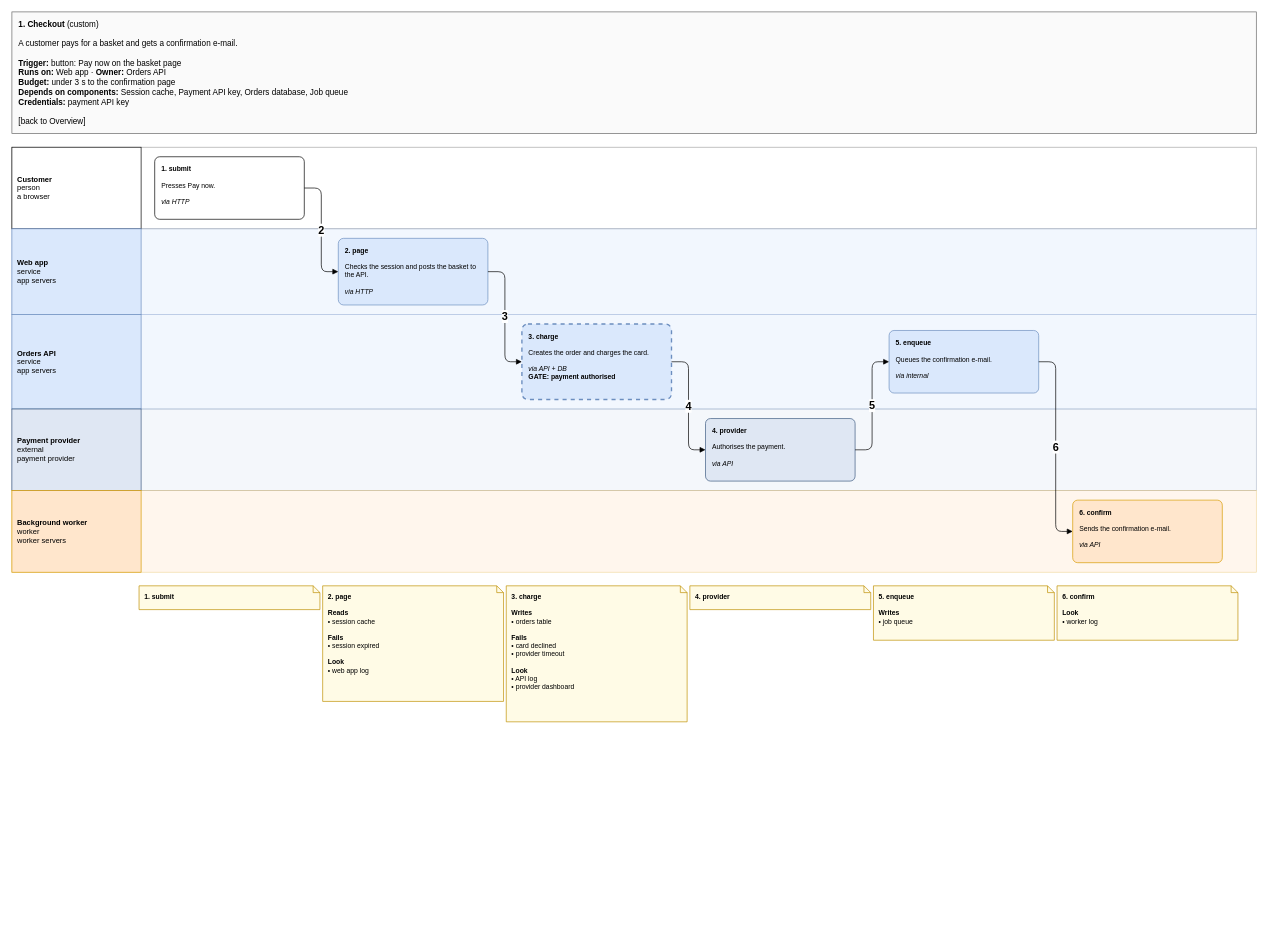
This is page "1. Checkout" (3 of 7) of specialists/platform/skill-drawio/examples/shop/drawio/flows.drawio from amalikn/skills_stuff, a draw.io file, before an edit. Source tidied: cells renumbered, new cells numbered last; positions are measured from the earlier drawing's top-left corner, leaving out a move shared by most shapes. Both pictures are drawn from the tidied source at 68%, with x=0, y=0 at pixel (12, 12).
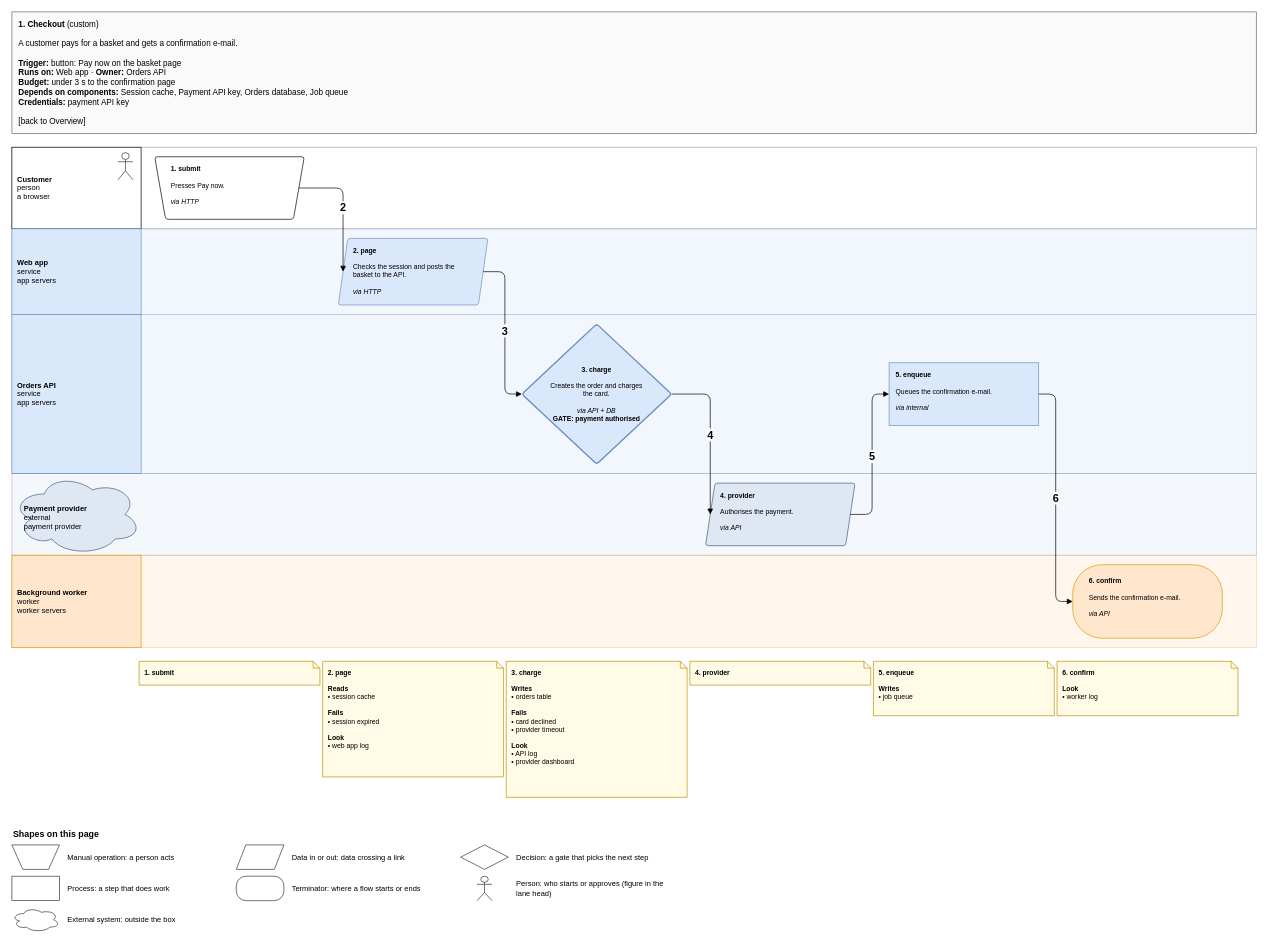
The same page after the edit.

Diff of the diagram source:
```diff
@@
-    <mxCell id="4" value="&lt;b&gt;Customer&lt;/b&gt;&lt;br&gt;person&lt;br&gt;a browser" style="rounded=1;whiteSpace=wrap;html=1;fillColor=#ffffff;strokeColor=#000000;fontSize=11;arcSize=8;rounded=0;align=left;spacingLeft=6;" parent="1" vertex="1">
+    <mxCell id="4" value="&lt;b&gt;Customer&lt;/b&gt;&lt;br&gt;person&lt;br&gt;a browser" style="rounded=1;whiteSpace=wrap;html=1;fillColor=#ffffff;strokeColor=#000000;fontSize=11;arcSize=8;rounded=0;align=left;spacingLeft=6;rounded=0;spacingRight=40;" parent="1" vertex="1">
       <mxGeometry y="199" width="190" height="120" as="geometry" />
     </mxCell>
+    <mxCell id="30" style="shape=umlActor;verticalLabelPosition=bottom;verticalAlign=top;fillColor=#ffffff;strokeColor=#333333;" parent="1" vertex="1">
+      <mxGeometry x="156" y="207" width="22" height="40" as="geometry" />
+    </mxCell>
@@
-    <mxCell id="6" value="&lt;b&gt;Web app&lt;/b&gt;&lt;br&gt;service&lt;br&gt;app servers" style="rounded=1;whiteSpace=wrap;html=1;fillColor=#dae8fc;strokeColor=#6c8ebf;fontSize=11;arcSize=8;rounded=0;align=left;spacingLeft=6;" parent="1" vertex="1">
+    <mxCell id="6" value="&lt;b&gt;Web app&lt;/b&gt;&lt;br&gt;service&lt;br&gt;app servers" style="rounded=1;whiteSpace=wrap;html=1;fillColor=#dae8fc;strokeColor=#6c8ebf;fontSize=11;arcSize=8;rounded=0;align=left;spacingLeft=6;rounded=0;" parent="1" vertex="1">
       <mxGeometry y="319" width="190" height="126" as="geometry" />
     </mxCell>
     <mxCell id="7" style="rounded=0;html=1;fillColor=#dae8fc;strokeColor=#6c8ebf;opacity=35;" parent="1" vertex="1">
-      <mxGeometry y="445" width="1830" height="139" as="geometry" />
+      <mxGeometry y="445" width="1830" height="234" as="geometry" />
     </mxCell>
-    <mxCell id="8" value="&lt;b&gt;Orders API&lt;/b&gt;&lt;br&gt;service&lt;br&gt;app servers" style="rounded=1;whiteSpace=wrap;html=1;fillColor=#dae8fc;strokeColor=#6c8ebf;fontSize=11;arcSize=8;rounded=0;align=left;spacingLeft=6;" parent="1" vertex="1">
-      <mxGeometry y="445" width="190" height="139" as="geometry" />
+    <mxCell id="8" value="&lt;b&gt;Orders API&lt;/b&gt;&lt;br&gt;service&lt;br&gt;app servers" style="rounded=1;whiteSpace=wrap;html=1;fillColor=#dae8fc;strokeColor=#6c8ebf;fontSize=11;arcSize=8;rounded=0;align=left;spacingLeft=6;rounded=0;" parent="1" vertex="1">
+      <mxGeometry y="445" width="190" height="234" as="geometry" />
     </mxCell>
     <mxCell id="9" style="rounded=0;html=1;fillColor=#dfe7f3;strokeColor=#3d5a80;opacity=35;" parent="1" vertex="1">
-      <mxGeometry y="584" width="1830" height="120" as="geometry" />
+      <mxGeometry y="679" width="1830" height="120" as="geometry" />
     </mxCell>
-    <mxCell id="10" value="&lt;b&gt;Payment provider&lt;/b&gt;&lt;br&gt;external&lt;br&gt;payment provider" style="rounded=1;whiteSpace=wrap;html=1;fillColor=#dfe7f3;strokeColor=#3d5a80;fontSize=11;arcSize=8;rounded=0;align=left;spacingLeft=6;" parent="1" vertex="1">
-      <mxGeometry y="584" width="190" height="120" as="geometry" />
+    <mxCell id="10" value="&lt;b&gt;Payment provider&lt;/b&gt;&lt;br&gt;external&lt;br&gt;payment provider" style="rounded=1;whiteSpace=wrap;html=1;fillColor=#dfe7f3;strokeColor=#3d5a80;fontSize=11;arcSize=8;rounded=0;align=left;spacingLeft=6;ellipse;shape=cloud;spacingLeft=16;spacingRight=16;spacingTop=10;" parent="1" vertex="1">
+      <mxGeometry y="679" width="190" height="120" as="geometry" />
     </mxCell>
     <mxCell id="11" style="rounded=0;html=1;fillColor=#ffe6cc;strokeColor=#d79b00;opacity=35;" parent="1" vertex="1">
-      <mxGeometry y="704" width="1830" height="120" as="geometry" />
+      <mxGeometry y="799" width="1830" height="136" as="geometry" />
     </mxCell>
-    <mxCell id="12" value="&lt;b&gt;Background worker&lt;/b&gt;&lt;br&gt;worker&lt;br&gt;worker servers" style="rounded=1;whiteSpace=wrap;html=1;fillColor=#ffe6cc;strokeColor=#d79b00;fontSize=11;arcSize=8;rounded=0;align=left;spacingLeft=6;" parent="1" vertex="1">
-      <mxGeometry y="704" width="190" height="120" as="geometry" />
+    <mxCell id="12" value="&lt;b&gt;Background worker&lt;/b&gt;&lt;br&gt;worker&lt;br&gt;worker servers" style="rounded=1;whiteSpace=wrap;html=1;fillColor=#ffe6cc;strokeColor=#d79b00;fontSize=11;arcSize=8;rounded=0;align=left;spacingLeft=6;rounded=0;" parent="1" vertex="1">
+      <mxGeometry y="799" width="190" height="136" as="geometry" />
     </mxCell>
-    <mxCell id="13" value="&lt;b&gt;1. submit&lt;/b&gt;&lt;br&gt; &lt;br&gt;Presses Pay now.&lt;br&gt; &lt;br&gt;&lt;i&gt;via HTTP&lt;/i&gt;" style="rounded=1;whiteSpace=wrap;html=1;fillColor=#ffffff;strokeColor=#000000;fontSize=11;arcSize=8;fontSize=10;align=left;verticalAlign=top;spacingLeft=8;spacingRight=6;spacingTop=6;" parent="1" vertex="1">
+    <mxCell id="13" value="&lt;b&gt;1. submit&lt;/b&gt;&lt;br&gt; &lt;br&gt;Presses Pay now.&lt;br&gt; &lt;br&gt;&lt;i&gt;via HTTP&lt;/i&gt;" style="rounded=1;whiteSpace=wrap;html=1;fillColor=#ffffff;strokeColor=#000000;fontSize=11;arcSize=8;fontSize=10;align=left;verticalAlign=top;spacingLeft=8;spacingRight=6;spacingTop=6;shape=trapezoid;perimeter=trapezoidPerimeter;flipV=1;fixedSize=1;size=16;spacingLeft=22;spacingRight=22;" parent="1" vertex="1">
       <mxGeometry x="210" y="213" width="220" height="92" as="geometry" />
     </mxCell>
     <mxCell id="14" value="&lt;b&gt;1. submit&lt;/b&gt;" style="shape=note;whiteSpace=wrap;html=1;size=10;fillColor=#fffbe6;strokeColor=#bf9000;align=left;verticalAlign=top;spacingLeft=6;spacingTop=4;fontSize=10;" parent="1" vertex="1">
-      <mxGeometry x="187" y="844" width="266" height="35" as="geometry" />
+      <mxGeometry x="187" y="955" width="266" height="35" as="geometry" />
     </mxCell>
-    <mxCell id="15" value="&lt;b&gt;2. page&lt;/b&gt;&lt;br&gt; &lt;br&gt;Checks the session and posts the basket to the API.&lt;br&gt; &lt;br&gt;&lt;i&gt;via HTTP&lt;/i&gt;" style="rounded=1;whiteSpace=wrap;html=1;fillColor=#dae8fc;strokeColor=#6c8ebf;fontSize=11;arcSize=8;fontSize=10;align=left;verticalAlign=top;spacingLeft=8;spacingRight=6;spacingTop=6;" parent="1" vertex="1">
+    <mxCell id="15" value="&lt;b&gt;2. page&lt;/b&gt;&lt;br&gt; &lt;br&gt;Checks the session and posts the basket to the API.&lt;br&gt; &lt;br&gt;&lt;i&gt;via HTTP&lt;/i&gt;" style="rounded=1;whiteSpace=wrap;html=1;fillColor=#dae8fc;strokeColor=#6c8ebf;fontSize=11;arcSize=8;fontSize=10;align=left;verticalAlign=top;spacingLeft=8;spacingRight=6;spacingTop=6;shape=parallelogram;perimeter=parallelogramPerimeter;fixedSize=1;size=14;spacingLeft=20;spacingRight=20;" parent="1" vertex="1">
       <mxGeometry x="480" y="333" width="220" height="98" as="geometry" />
     </mxCell>
     <mxCell id="16" value="&lt;b&gt;2. page&lt;/b&gt;&lt;br&gt; &lt;br&gt;&lt;b&gt;Reads&lt;/b&gt;&lt;br&gt;• session cache&lt;br&gt; &lt;br&gt;&lt;b&gt;Fails&lt;/b&gt;&lt;br&gt;• session expired&lt;br&gt; &lt;br&gt;&lt;b&gt;Look&lt;/b&gt;&lt;br&gt;• web app log" style="shape=note;whiteSpace=wrap;html=1;size=10;fillColor=#fffbe6;strokeColor=#bf9000;align=left;verticalAlign=top;spacingLeft=6;spacingTop=4;fontSize=10;" parent="1" vertex="1">
-      <mxGeometry x="457" y="844" width="266" height="170" as="geometry" />
+      <mxGeometry x="457" y="955" width="266" height="170" as="geometry" />
     </mxCell>
-    <mxCell id="17" value="&lt;b&gt;3. charge&lt;/b&gt;&lt;br&gt; &lt;br&gt;Creates the order and charges the card.&lt;br&gt; &lt;br&gt;&lt;i&gt;via API + DB&lt;/i&gt;&lt;br&gt;&lt;b&gt;GATE: payment authorised&lt;/b&gt;" style="rounded=1;whiteSpace=wrap;html=1;fillColor=#dae8fc;strokeColor=#6c8ebf;fontSize=11;arcSize=8;fontSize=10;align=left;verticalAlign=top;spacingLeft=8;spacingRight=6;spacingTop=6;strokeWidth=2;dashed=1;" parent="1" vertex="1">
-      <mxGeometry x="750" y="459" width="220" height="111" as="geometry" />
+    <mxCell id="17" value="&lt;b&gt;3. charge&lt;/b&gt;&lt;br&gt; &lt;br&gt;Creates the order and charges the card.&lt;br&gt; &lt;br&gt;&lt;i&gt;via API + DB&lt;/i&gt;&lt;br&gt;&lt;b&gt;GATE: payment authorised&lt;/b&gt;" style="rounded=1;whiteSpace=wrap;html=1;fillColor=#dae8fc;strokeColor=#6c8ebf;fontSize=11;arcSize=8;fontSize=10;align=left;verticalAlign=top;spacingLeft=8;spacingRight=6;spacingTop=6;strokeWidth=2;rhombus;align=center;verticalAlign=middle;spacingLeft=34;spacingRight=34;spacingTop=0;" parent="1" vertex="1">
+      <mxGeometry x="750" y="459" width="220" height="206" as="geometry" />
     </mxCell>
     <mxCell id="18" value="&lt;b&gt;3. charge&lt;/b&gt;&lt;br&gt; &lt;br&gt;&lt;b&gt;Writes&lt;/b&gt;&lt;br&gt;• orders table&lt;br&gt; &lt;br&gt;&lt;b&gt;Fails&lt;/b&gt;&lt;br&gt;• card declined&lt;br&gt;• provider timeout&lt;br&gt; &lt;br&gt;&lt;b&gt;Look&lt;/b&gt;&lt;br&gt;• API log&lt;br&gt;• provider dashboard" style="shape=note;whiteSpace=wrap;html=1;size=10;fillColor=#fffbe6;strokeColor=#bf9000;align=left;verticalAlign=top;spacingLeft=6;spacingTop=4;fontSize=10;" parent="1" vertex="1">
-      <mxGeometry x="727" y="844" width="266" height="200" as="geometry" />
+      <mxGeometry x="727" y="955" width="266" height="200" as="geometry" />
     </mxCell>
-    <mxCell id="19" value="&lt;b&gt;4. provider&lt;/b&gt;&lt;br&gt; &lt;br&gt;Authorises the payment.&lt;br&gt; &lt;br&gt;&lt;i&gt;via API&lt;/i&gt;" style="rounded=1;whiteSpace=wrap;html=1;fillColor=#dfe7f3;strokeColor=#3d5a80;fontSize=11;arcSize=8;fontSize=10;align=left;verticalAlign=top;spacingLeft=8;spacingRight=6;spacingTop=6;" parent="1" vertex="1">
-      <mxGeometry x="1020" y="598" width="220" height="92" as="geometry" />
+    <mxCell id="19" value="&lt;b&gt;4. provider&lt;/b&gt;&lt;br&gt; &lt;br&gt;Authorises the payment.&lt;br&gt; &lt;br&gt;&lt;i&gt;via API&lt;/i&gt;" style="rounded=1;whiteSpace=wrap;html=1;fillColor=#dfe7f3;strokeColor=#3d5a80;fontSize=11;arcSize=8;fontSize=10;align=left;verticalAlign=top;spacingLeft=8;spacingRight=6;spacingTop=6;shape=parallelogram;perimeter=parallelogramPerimeter;fixedSize=1;size=14;spacingLeft=20;spacingRight=20;" parent="1" vertex="1">
+      <mxGeometry x="1020" y="693" width="220" height="92" as="geometry" />
     </mxCell>
     <mxCell id="20" value="&lt;b&gt;4. provider&lt;/b&gt;" style="shape=note;whiteSpace=wrap;html=1;size=10;fillColor=#fffbe6;strokeColor=#bf9000;align=left;verticalAlign=top;spacingLeft=6;spacingTop=4;fontSize=10;" parent="1" vertex="1">
-      <mxGeometry x="997" y="844" width="266" height="35" as="geometry" />
+      <mxGeometry x="997" y="955" width="266" height="35" as="geometry" />
     </mxCell>
-    <mxCell id="21" value="&lt;b&gt;5. enqueue&lt;/b&gt;&lt;br&gt; &lt;br&gt;Queues the confirmation e-mail.&lt;br&gt; &lt;br&gt;&lt;i&gt;via internal&lt;/i&gt;" style="rounded=1;whiteSpace=wrap;html=1;fillColor=#dae8fc;strokeColor=#6c8ebf;fontSize=11;arcSize=8;fontSize=10;align=left;verticalAlign=top;spacingLeft=8;spacingRight=6;spacingTop=6;" parent="1" vertex="1">
-      <mxGeometry x="1290" y="468.5" width="220" height="92" as="geometry" />
+    <mxCell id="21" value="&lt;b&gt;5. enqueue&lt;/b&gt;&lt;br&gt; &lt;br&gt;Queues the confirmation e-mail.&lt;br&gt; &lt;br&gt;&lt;i&gt;via internal&lt;/i&gt;" style="rounded=1;whiteSpace=wrap;html=1;fillColor=#dae8fc;strokeColor=#6c8ebf;fontSize=11;arcSize=8;fontSize=10;align=left;verticalAlign=top;spacingLeft=8;spacingRight=6;spacingTop=6;rounded=0;" parent="1" vertex="1">
+      <mxGeometry x="1290" y="516" width="220" height="92" as="geometry" />
     </mxCell>
     <mxCell id="22" value="&lt;b&gt;5. enqueue&lt;/b&gt;&lt;br&gt; &lt;br&gt;&lt;b&gt;Writes&lt;/b&gt;&lt;br&gt;• job queue" style="shape=note;whiteSpace=wrap;html=1;size=10;fillColor=#fffbe6;strokeColor=#bf9000;align=left;verticalAlign=top;spacingLeft=6;spacingTop=4;fontSize=10;" parent="1" vertex="1">
-      <mxGeometry x="1267" y="844" width="266" height="80" as="geometry" />
+      <mxGeometry x="1267" y="955" width="266" height="80" as="geometry" />
     </mxCell>
-    <mxCell id="23" value="&lt;b&gt;6. confirm&lt;/b&gt;&lt;br&gt; &lt;br&gt;Sends the confirmation e-mail.&lt;br&gt; &lt;br&gt;&lt;i&gt;via API&lt;/i&gt;" style="rounded=1;whiteSpace=wrap;html=1;fillColor=#ffe6cc;strokeColor=#d79b00;fontSize=11;arcSize=8;fontSize=10;align=left;verticalAlign=top;spacingLeft=8;spacingRight=6;spacingTop=6;" parent="1" vertex="1">
-      <mxGeometry x="1560" y="718" width="220" height="92" as="geometry" />
+    <mxCell id="23" value="&lt;b&gt;6. confirm&lt;/b&gt;&lt;br&gt; &lt;br&gt;Sends the confirmation e-mail.&lt;br&gt; &lt;br&gt;&lt;i&gt;via API&lt;/i&gt;" style="rounded=1;whiteSpace=wrap;html=1;fillColor=#ffe6cc;strokeColor=#d79b00;fontSize=11;arcSize=8;fontSize=10;align=left;verticalAlign=top;spacingLeft=8;spacingRight=6;spacingTop=6;rounded=1;arcSize=40;spacingLeft=22;spacingRight=18;spacingTop=12;" parent="1" vertex="1">
+      <mxGeometry x="1560" y="813" width="220" height="108" as="geometry" />
     </mxCell>
     <mxCell id="24" value="&lt;b&gt;6. confirm&lt;/b&gt;&lt;br&gt; &lt;br&gt;&lt;b&gt;Look&lt;/b&gt;&lt;br&gt;• worker log" style="shape=note;whiteSpace=wrap;html=1;size=10;fillColor=#fffbe6;strokeColor=#bf9000;align=left;verticalAlign=top;spacingLeft=6;spacingTop=4;fontSize=10;" parent="1" vertex="1">
-      <mxGeometry x="1537" y="844" width="266" height="80" as="geometry" />
+      <mxGeometry x="1537" y="955" width="266" height="80" as="geometry" />
     </mxCell>
+    <mxCell id="31" value="&lt;b&gt;Shapes on this page&lt;/b&gt;" style="text;html=1;align=left;fontSize=13;" parent="1" vertex="1">
+      <mxGeometry y="1195" width="300" height="24" as="geometry" />
+    </mxCell>
+    <mxCell id="32" style="whiteSpace=wrap;html=1;fillColor=#ffffff;strokeColor=#333333;shape=trapezoid;perimeter=trapezoidPerimeter;flipV=1;fixedSize=1;size=16;spacingLeft=22;spacingRight=22;" parent="1" vertex="1">
+      <mxGeometry y="1225" width="70" height="36" as="geometry" />
+    </mxCell>
+    <mxCell id="33" value="Manual operation: a person acts" style="text;html=1;align=left;verticalAlign=middle;whiteSpace=wrap;fontSize=11;" parent="1" vertex="1">
+      <mxGeometry x="80" y="1225" width="240" height="36" as="geometry" />
+    </mxCell>
+    <mxCell id="34" style="whiteSpace=wrap;html=1;fillColor=#ffffff;strokeColor=#333333;shape=parallelogram;perimeter=parallelogramPerimeter;fixedSize=1;size=14;spacingLeft=20;spacingRight=20;" parent="1" vertex="1">
+      <mxGeometry x="330" y="1225" width="70" height="36" as="geometry" />
+    </mxCell>
+    <mxCell id="35" value="Data in or out: data crossing a link" style="text;html=1;align=left;verticalAlign=middle;whiteSpace=wrap;fontSize=11;" parent="1" vertex="1">
+      <mxGeometry x="410" y="1225" width="240" height="36" as="geometry" />
+    </mxCell>
+    <mxCell id="36" style="whiteSpace=wrap;html=1;fillColor=#ffffff;strokeColor=#333333;rhombus;align=center;verticalAlign=middle;spacingLeft=34;spacingRight=34;spacingTop=0;" parent="1" vertex="1">
+      <mxGeometry x="660" y="1225" width="70" height="36" as="geometry" />
+    </mxCell>
+    <mxCell id="37" value="Decision: a gate that picks the next step" style="text;html=1;align=left;verticalAlign=middle;whiteSpace=wrap;fontSize=11;" parent="1" vertex="1">
+      <mxGeometry x="740" y="1225" width="240" height="36" as="geometry" />
+    </mxCell>
+    <mxCell id="38" style="whiteSpace=wrap;html=1;fillColor=#ffffff;strokeColor=#333333;rounded=0;" parent="1" vertex="1">
+      <mxGeometry y="1271" width="70" height="36" as="geometry" />
+    </mxCell>
+    <mxCell id="39" value="Process: a step that does work" style="text;html=1;align=left;verticalAlign=middle;whiteSpace=wrap;fontSize=11;" parent="1" vertex="1">
+      <mxGeometry x="80" y="1271" width="240" height="36" as="geometry" />
+    </mxCell>
+    <mxCell id="40" style="whiteSpace=wrap;html=1;fillColor=#ffffff;strokeColor=#333333;rounded=1;arcSize=40;spacingLeft=22;spacingRight=18;spacingTop=12;" parent="1" vertex="1">
+      <mxGeometry x="330" y="1271" width="70" height="36" as="geometry" />
+    </mxCell>
+    <mxCell id="41" value="Terminator: where a flow starts or ends" style="text;html=1;align=left;verticalAlign=middle;whiteSpace=wrap;fontSize=11;" parent="1" vertex="1">
+      <mxGeometry x="410" y="1271" width="240" height="36" as="geometry" />
+    </mxCell>
+    <mxCell id="42" style="shape=umlActor;verticalLabelPosition=bottom;verticalAlign=top;fillColor=#ffffff;strokeColor=#333333;" parent="1" vertex="1">
+      <mxGeometry x="684" y="1271" width="22" height="36" as="geometry" />
+    </mxCell>
+    <mxCell id="43" value="Person: who starts or approves (figure in the lane head)" style="text;html=1;align=left;verticalAlign=middle;whiteSpace=wrap;fontSize=11;" parent="1" vertex="1">
+      <mxGeometry x="740" y="1271" width="240" height="36" as="geometry" />
+    </mxCell>
+    <mxCell id="44" style="whiteSpace=wrap;html=1;fillColor=#ffffff;strokeColor=#333333;ellipse;shape=cloud;spacingLeft=16;spacingRight=16;spacingTop=10;" parent="1" vertex="1">
+      <mxGeometry y="1317" width="70" height="36" as="geometry" />
+    </mxCell>
+    <mxCell id="45" value="External system: outside the box" style="text;html=1;align=left;verticalAlign=middle;whiteSpace=wrap;fontSize=11;" parent="1" vertex="1">
+      <mxGeometry x="80" y="1317" width="240" height="36" as="geometry" />
+    </mxCell>
```
